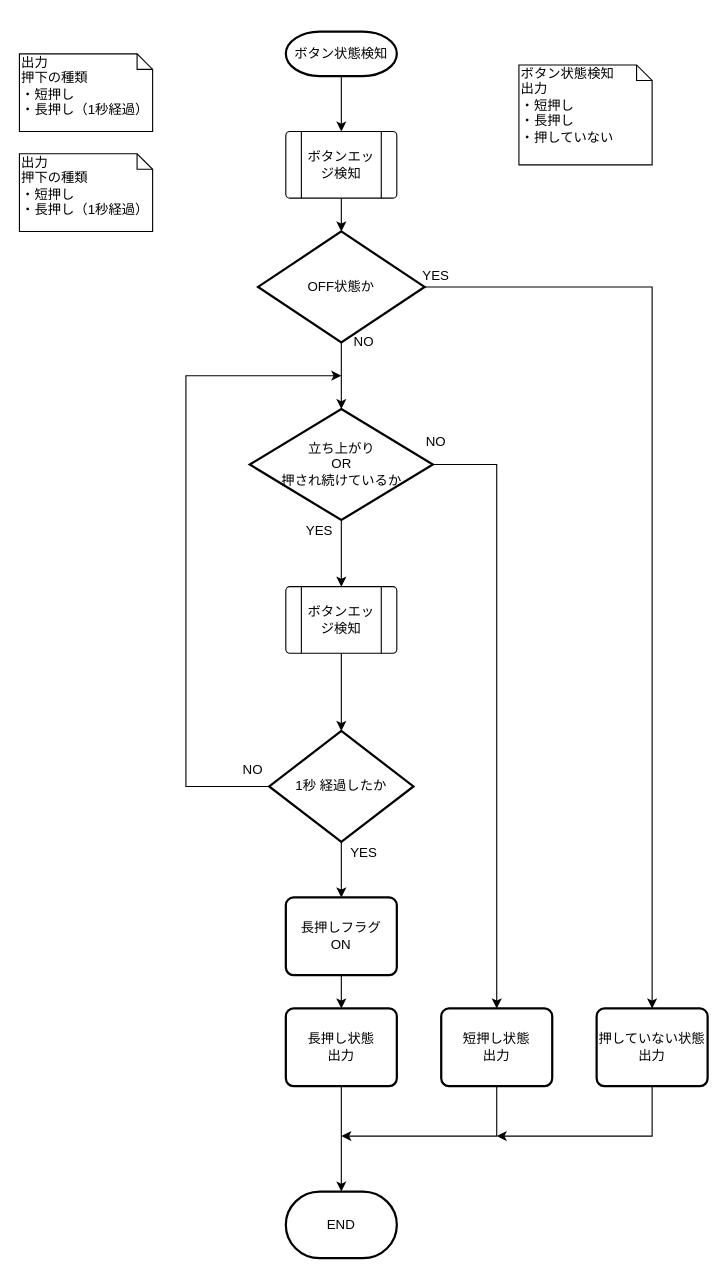
hakohumi/comp.Kitchen_Timer keeps this draw.io diagram as page "スイッチ状態検知" (2 of 6) of 資料/設計/フローチャート/InputClass/flowchart_InputClassv0.2.drawio. Above is the earlier version. Source tidied: cells renumbered, new cells numbered last; positions are measured from the earlier drawing's top-left corner, leaving out a move shared by most shapes. Both pictures are drawn from the tidied source at 111%, with x=0, y=0 at pixel (19, 31).
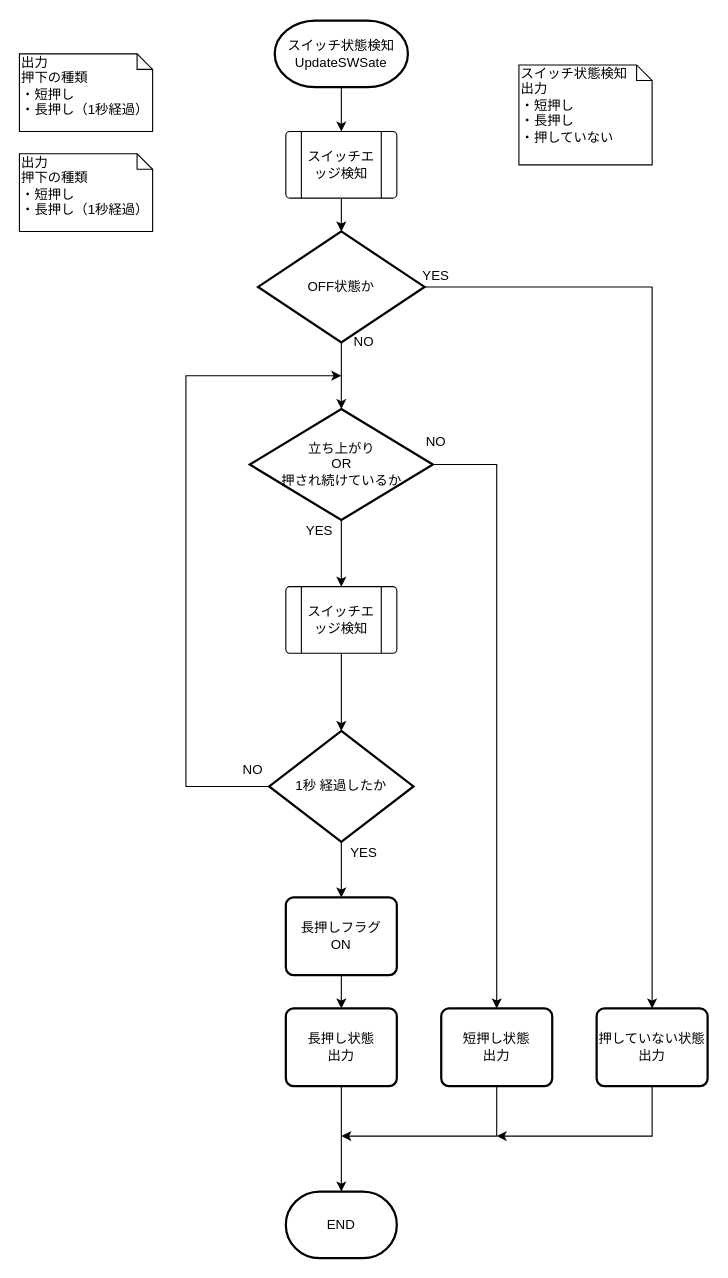
The same diagram, later.

Change to the diagram source:
```diff
@@
-    <mxCell id="4" value="ボタン状態検知" style="strokeWidth=2;html=1;shape=mxgraph.flowchart.terminator;whiteSpace=wrap;" parent="1" vertex="1">
-      <mxGeometry x="240" width="100" height="40" as="geometry" />
+    <mxCell id="4" value="スイッチ状態検知&lt;br&gt;UpdateSWSate" style="strokeWidth=2;html=1;shape=mxgraph.flowchart.terminator;whiteSpace=wrap;" parent="1" vertex="1">
+      <mxGeometry x="230" y="-10" width="120" height="60" as="geometry" />
     </mxCell>
@@
-    <mxCell id="9" value="ボタンエッジ検知" style="verticalLabelPosition=middle;verticalAlign=middle;html=1;shape=process;whiteSpace=wrap;rounded=1;size=0.14;arcSize=6;labelPosition=center;align=center;" parent="1" vertex="1">
+    <mxCell id="9" value="スイッチエッジ検知" style="verticalLabelPosition=middle;verticalAlign=middle;html=1;shape=process;whiteSpace=wrap;rounded=1;size=0.14;arcSize=6;labelPosition=center;align=center;" parent="1" vertex="1">
       <mxGeometry x="240" y="90" width="100" height="60" as="geometry" />
     </mxCell>
@@
-    <mxCell id="24" value="ボタン状態検知&lt;br&gt;出力&lt;br&gt;・短押し&lt;br&gt;・長押し&lt;br&gt;・押していない" style="shape=note;whiteSpace=wrap;html=1;size=14;verticalAlign=top;align=left;spacingTop=-6;" parent="1" vertex="1">
+    <mxCell id="24" value="スイッチ状態検知&lt;br&gt;出力&lt;br&gt;・短押し&lt;br&gt;・長押し&lt;br&gt;・押していない" style="shape=note;whiteSpace=wrap;html=1;size=14;verticalAlign=top;align=left;spacingTop=-6;" parent="1" vertex="1">
       <mxGeometry x="450" y="30" width="120" height="90" as="geometry" />
     </mxCell>
@@
-    <mxCell id="32" value="ボタンエッジ検知" style="verticalLabelPosition=middle;verticalAlign=middle;html=1;shape=process;whiteSpace=wrap;rounded=1;size=0.14;arcSize=6;labelPosition=center;align=center;" parent="1" vertex="1">
+    <mxCell id="32" value="スイッチエッジ検知" style="verticalLabelPosition=middle;verticalAlign=middle;html=1;shape=process;whiteSpace=wrap;rounded=1;size=0.14;arcSize=6;labelPosition=center;align=center;" parent="1" vertex="1">
       <mxGeometry x="240" y="500" width="100" height="60" as="geometry" />
     </mxCell>
```
